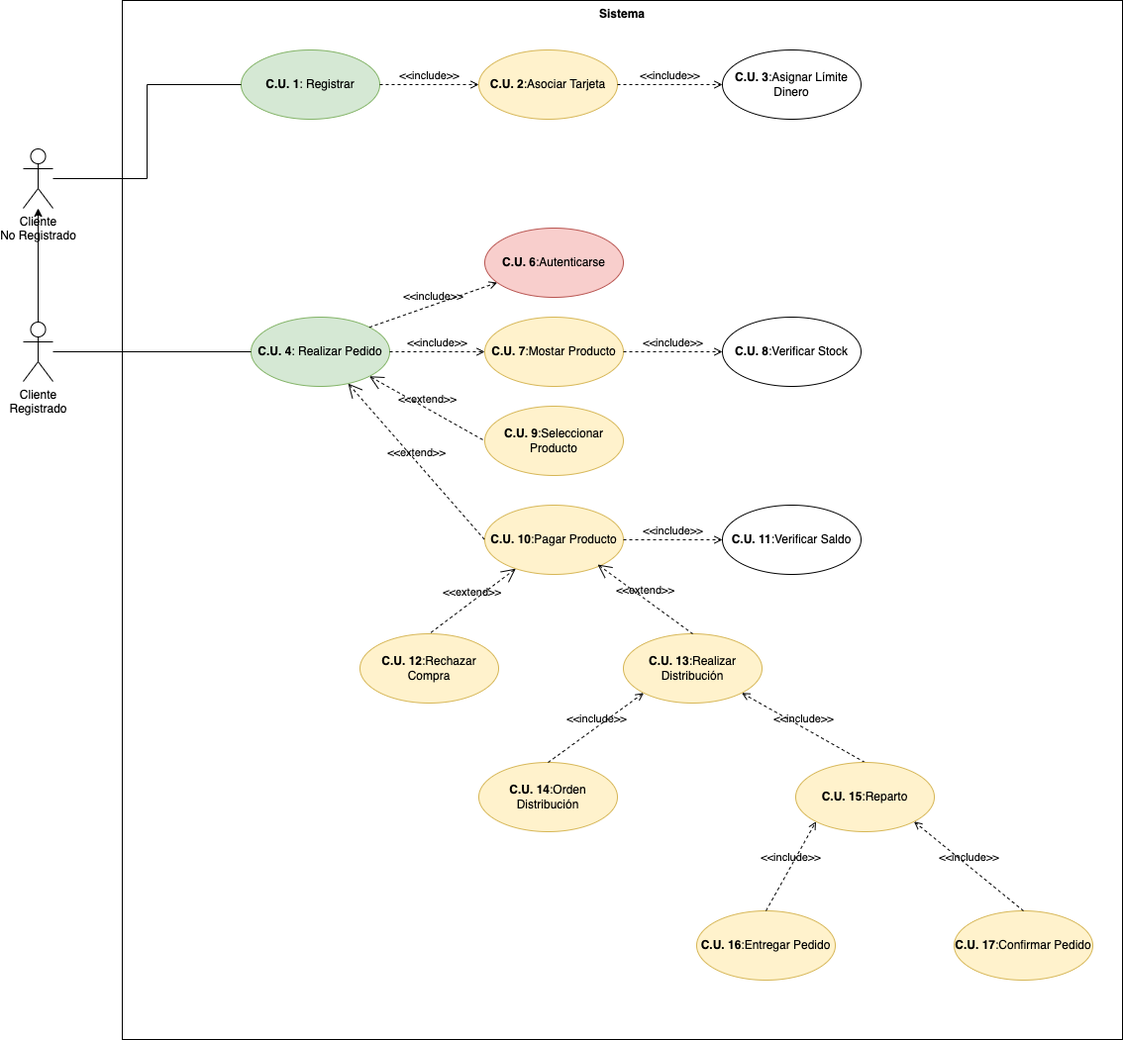
Before: diagramas-comportamiento/diagramas-cu/tareas/tarea6/img/tienda-online.drawio.png, a diagram exported from draw.io (jpexposito/ets). Source tidied: cells renumbered, new cells last; positions are measured from the earlier drawing's top-left corner, leaving out a move shared by most shapes.
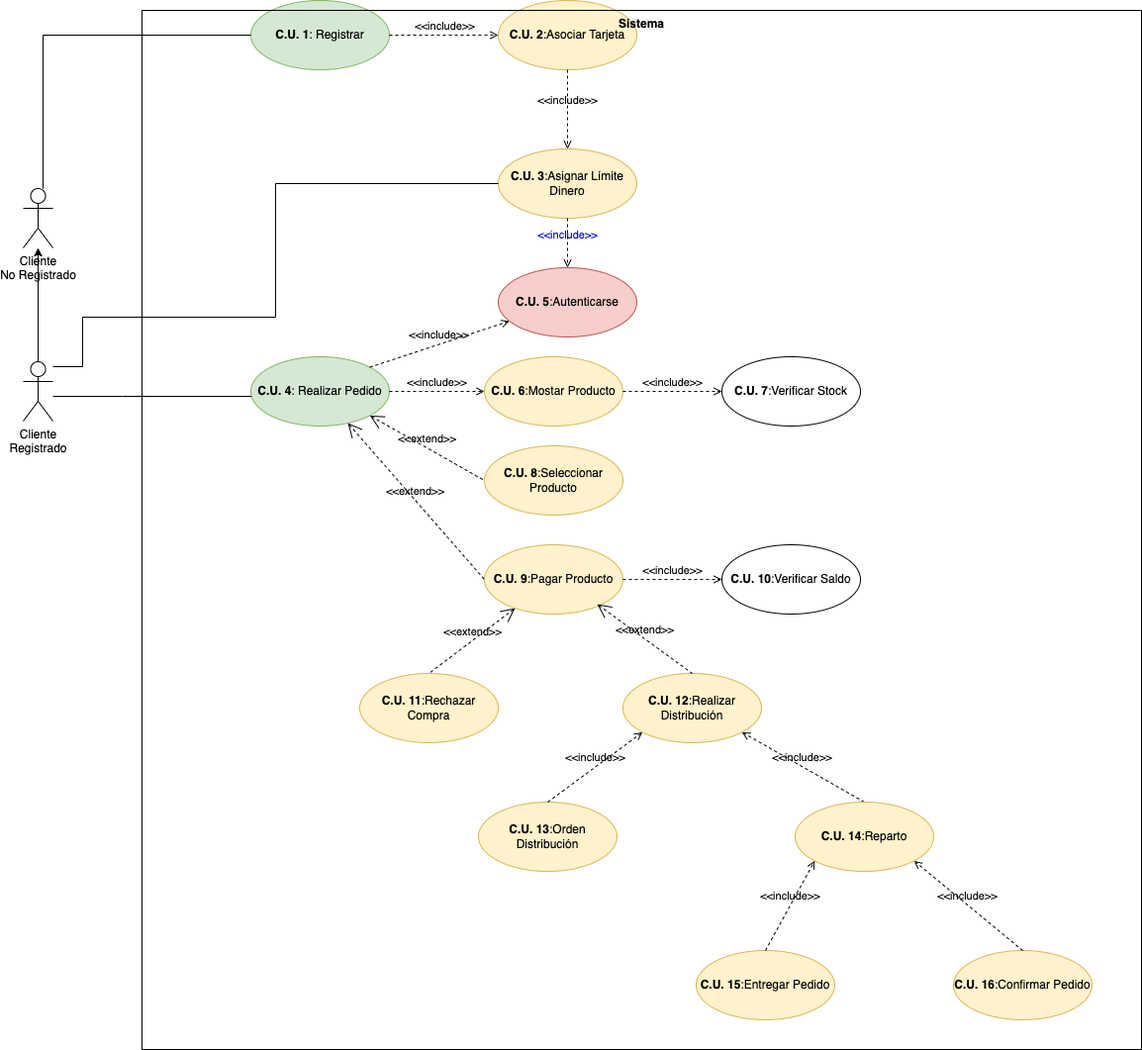
Above is the later version.

Diff of the diagram source:
```diff
@@ -3,22 +3,26 @@
     <mxCell id="0" />
     <mxCell id="1" parent="0" />
     <mxCell id="2" value="&lt;b&gt;C.U. 1&lt;/b&gt;: Registrar" style="ellipse;whiteSpace=wrap;html=1;fillColor=#d5e8d4;strokeColor=#82b366;" parent="1" vertex="1">
-      <mxGeometry x="220" y="50" width="140" height="70" as="geometry" />
+      <mxGeometry x="230" y="-40" width="140" height="70" as="geometry" />
     </mxCell>
     <mxCell id="3" value="&lt;b style=&quot;border-color: var(--border-color);&quot;&gt;C.U. 2&lt;/b&gt;:Asociar Tarjeta" style="ellipse;whiteSpace=wrap;html=1;fillColor=#fff2cc;strokeColor=#d6b656;" parent="1" vertex="1">
-      <mxGeometry x="460" y="50" width="140" height="70" as="geometry" />
+      <mxGeometry x="480" y="-40" width="140" height="70" as="geometry" />
     </mxCell>
-    <mxCell id="4" value="&lt;b style=&quot;border-color: var(--border-color);&quot;&gt;C.U. 3&lt;/b&gt;:Asignar Límite Dinero" style="ellipse;whiteSpace=wrap;html=1;" parent="1" vertex="1">
-      <mxGeometry x="706" y="50" width="140" height="70" as="geometry" />
+    <mxCell id="4" value="&lt;b style=&quot;border-color: var(--border-color);&quot;&gt;C.U. 3&lt;/b&gt;:Asignar Límite Dinero" style="ellipse;whiteSpace=wrap;html=1;fillColor=#fff2cc;strokeColor=#d6b656;" parent="1" vertex="1">
+      <mxGeometry x="480" y="110" width="140" height="70" as="geometry" />
     </mxCell>
     <mxCell id="5" value="&amp;lt;&amp;lt;include&amp;gt;&amp;gt;" style="edgeStyle=none;html=1;endArrow=open;verticalAlign=bottom;dashed=1;labelBackgroundColor=none;rounded=0;exitX=1;exitY=0.5;exitDx=0;exitDy=0;" parent="1" edge="1" source="2" target="3">
       <mxGeometry relative="1" as="geometry" />
     </mxCell>
-    <mxCell id="6" value="&amp;lt;&amp;lt;include&amp;gt;&amp;gt;" style="edgeStyle=none;html=1;endArrow=open;verticalAlign=bottom;dashed=1;labelBackgroundColor=none;rounded=0;exitX=1;exitY=0.5;exitDx=0;exitDy=0;entryX=0;entryY=0.5;entryDx=0;entryDy=0;" parent="1" edge="1" source="3" target="4">
+    <mxCell id="6" value="&amp;lt;&amp;lt;include&amp;gt;&amp;gt;" style="edgeStyle=none;html=1;endArrow=open;verticalAlign=bottom;dashed=1;labelBackgroundColor=none;rounded=0;entryX=0.5;entryY=0;entryDx=0;entryDy=0;exitX=0.5;exitY=1;exitDx=0;exitDy=0;" parent="1" edge="1" source="3" target="4">
       <mxGeometry relative="1" as="geometry" />
     </mxCell>
     <mxCell id="7" style="edgeStyle=orthogonalEdgeStyle;rounded=0;jettySize=auto;html=1;entryX=0;entryY=0.5;entryDx=0;entryDy=0;endArrow=none;endFill=0;" parent="1" edge="1" source="8" target="2">
-      <mxGeometry relative="1" as="geometry" />
+      <mxGeometry relative="1" as="geometry">
+        <Array as="points">
+          <mxPoint x="20" y="-5" />
+        </Array>
+      </mxGeometry>
     </mxCell>
     <mxCell id="8" value="Cliente&lt;br&gt;No Registrado" style="shape=umlActor;html=1;verticalLabelPosition=bottom;verticalAlign=top;align=center;" parent="1" vertex="1">
       <mxGeometry y="150" width="30" height="60" as="geometry" />
@@ -26,11 +30,11 @@
     <mxCell id="9" value="&lt;b style=&quot;border-color: var(--border-color);&quot;&gt;C.U. 4&lt;/b&gt;: Realizar Pedido" style="ellipse;whiteSpace=wrap;html=1;fillColor=#d5e8d4;strokeColor=#82b366;" parent="1" vertex="1">
       <mxGeometry x="230" y="320" width="140" height="70" as="geometry" />
     </mxCell>
-    <mxCell id="10" value="&lt;b style=&quot;border-color: var(--border-color);&quot;&gt;C.U. 7&lt;/b&gt;:Mostar Producto" style="ellipse;whiteSpace=wrap;html=1;fillColor=#fff2cc;strokeColor=#d6b656;" parent="1" vertex="1">
+    <mxCell id="10" value="&lt;b style=&quot;border-color: var(--border-color);&quot;&gt;C.U. 6&lt;/b&gt;:Mostar Producto" style="ellipse;whiteSpace=wrap;html=1;fillColor=#fff2cc;strokeColor=#d6b656;" parent="1" vertex="1">
       <mxGeometry x="466" y="320" width="140" height="70" as="geometry" />
     </mxCell>
-    <mxCell id="11" value="&lt;b style=&quot;border-color: var(--border-color);&quot;&gt;C.U. 6&lt;/b&gt;:Autenticarse" style="ellipse;whiteSpace=wrap;html=1;fillColor=#f8cecc;strokeColor=#b85450;" parent="1" vertex="1">
-      <mxGeometry x="466" y="230" width="140" height="70" as="geometry" />
+    <mxCell id="11" value="&lt;b style=&quot;border-color: var(--border-color);&quot;&gt;C.U. 5&lt;/b&gt;:Autenticarse" style="ellipse;whiteSpace=wrap;html=1;fillColor=#f8cecc;strokeColor=#b85450;" parent="1" vertex="1">
+      <mxGeometry x="480" y="230" width="140" height="70" as="geometry" />
     </mxCell>
     <mxCell id="12" value="&amp;lt;&amp;lt;include&amp;gt;&amp;gt;" style="edgeStyle=none;html=1;endArrow=open;verticalAlign=bottom;dashed=1;labelBackgroundColor=none;rounded=0;exitX=1;exitY=0;exitDx=0;exitDy=0;" parent="1" edge="1" source="9" target="11">
       <mxGeometry relative="1" as="geometry" />
@@ -38,24 +42,39 @@
     <mxCell id="13" value="&amp;lt;&amp;lt;include&amp;gt;&amp;gt;" style="edgeStyle=none;html=1;endArrow=open;verticalAlign=bottom;dashed=1;labelBackgroundColor=none;rounded=0;entryX=0;entryY=0.5;entryDx=0;entryDy=0;exitX=1;exitY=0.5;exitDx=0;exitDy=0;" parent="1" edge="1" source="9" target="10">
       <mxGeometry relative="1" as="geometry" />
     </mxCell>
-    <mxCell id="14" value="&lt;b style=&quot;border-color: var(--border-color);&quot;&gt;C.U. 9&lt;/b&gt;:Seleccionar Producto" style="ellipse;whiteSpace=wrap;html=1;fillColor=#fff2cc;strokeColor=#d6b656;" parent="1" vertex="1">
+    <mxCell id="14" value="&lt;b style=&quot;border-color: var(--border-color);&quot;&gt;C.U. 8&lt;/b&gt;:Seleccionar Producto" style="ellipse;whiteSpace=wrap;html=1;fillColor=#fff2cc;strokeColor=#d6b656;" parent="1" vertex="1">
       <mxGeometry x="466" y="410" width="140" height="70" as="geometry" />
     </mxCell>
-    <mxCell id="15" value="&lt;b style=&quot;border-color: var(--border-color);&quot;&gt;C.U. 10&lt;/b&gt;:Pagar Producto" style="ellipse;whiteSpace=wrap;html=1;fillColor=#fff2cc;strokeColor=#d6b656;" parent="1" vertex="1">
+    <mxCell id="15" value="&lt;b style=&quot;border-color: var(--border-color);&quot;&gt;C.U. 9&lt;/b&gt;:Pagar Producto" style="ellipse;whiteSpace=wrap;html=1;fillColor=#fff2cc;strokeColor=#d6b656;" parent="1" vertex="1">
       <mxGeometry x="466" y="510" width="140" height="70" as="geometry" />
     </mxCell>
-    <mxCell id="16" value="&lt;b style=&quot;border-color: var(--border-color);&quot;&gt;C.U. 8&lt;/b&gt;:Verificar Stock" style="ellipse;whiteSpace=wrap;html=1;" parent="1" vertex="1">
+    <mxCell id="16" value="&lt;b style=&quot;border-color: var(--border-color);&quot;&gt;C.U. 7&lt;/b&gt;:Verificar Stock" style="ellipse;whiteSpace=wrap;html=1;" parent="1" vertex="1">
       <mxGeometry x="706" y="320" width="140" height="70" as="geometry" />
     </mxCell>
     <mxCell id="17" value="&amp;lt;&amp;lt;include&amp;gt;&amp;gt;" style="edgeStyle=none;html=1;endArrow=open;verticalAlign=bottom;dashed=1;labelBackgroundColor=none;rounded=0;exitX=1;exitY=0.5;exitDx=0;exitDy=0;entryX=0;entryY=0.5;entryDx=0;entryDy=0;" parent="1" edge="1" source="10" target="16">
       <mxGeometry relative="1" as="geometry" />
     </mxCell>
     <mxCell id="18" style="edgeStyle=orthogonalEdgeStyle;rounded=0;jettySize=auto;html=1;endArrow=none;endFill=0;" parent="1" edge="1" source="20" target="9">
-      <mxGeometry relative="1" as="geometry" />
+      <mxGeometry relative="1" as="geometry">
+        <Array as="points">
+          <mxPoint x="100" y="360" />
+          <mxPoint x="100" y="360" />
+        </Array>
+      </mxGeometry>
     </mxCell>
     <mxCell id="19" style="edgeStyle=orthogonalEdgeStyle;rounded=0;jettySize=auto;html=1;strokeColor=#000000;fontColor=#0000CC;endArrow=classic;endFill=1;" parent="1" edge="1" source="20" target="8">
       <mxGeometry relative="1" as="geometry" />
     </mxCell>
+    <mxCell id="38" style="edgeStyle=orthogonalEdgeStyle;rounded=0;jettySize=auto;html=1;entryX=0;entryY=0.5;entryDx=0;entryDy=0;strokeColor=#000000;fontColor=#0000CC;endArrow=none;endFill=0;" parent="1" edge="1" source="20" target="4">
+      <mxGeometry relative="1" as="geometry">
+        <Array as="points">
+          <mxPoint x="60" y="330" />
+          <mxPoint x="60" y="280" />
+          <mxPoint x="255" y="280" />
+          <mxPoint x="255" y="145" />
+        </Array>
+      </mxGeometry>
+    </mxCell>
     <mxCell id="20" value="Cliente&lt;br&gt;Registrado" style="shape=umlActor;html=1;verticalLabelPosition=bottom;verticalAlign=top;align=center;" parent="1" vertex="1">
       <mxGeometry y="325" width="30" height="60" as="geometry" />
     </mxCell>
@@ -65,16 +84,16 @@
     <mxCell id="22" value="&amp;lt;&amp;lt;extend&amp;gt;&amp;gt;" style="edgeStyle=none;html=1;startArrow=open;endArrow=none;startSize=12;verticalAlign=bottom;dashed=1;labelBackgroundColor=none;rounded=0;entryX=0;entryY=0.5;entryDx=0;entryDy=0;" parent="1" edge="1" source="9" target="15">
       <mxGeometry relative="1" as="geometry" />
     </mxCell>
-    <mxCell id="23" value="&lt;b style=&quot;border-color: var(--border-color);&quot;&gt;C.U. 11&lt;/b&gt;:Verificar Saldo" style="ellipse;whiteSpace=wrap;html=1;" parent="1" vertex="1">
+    <mxCell id="23" value="&lt;b style=&quot;border-color: var(--border-color);&quot;&gt;C.U. 10&lt;/b&gt;:Verificar Saldo" style="ellipse;whiteSpace=wrap;html=1;" parent="1" vertex="1">
       <mxGeometry x="706" y="510" width="140" height="70" as="geometry" />
     </mxCell>
     <mxCell id="24" value="&amp;lt;&amp;lt;include&amp;gt;&amp;gt;" style="edgeStyle=none;html=1;endArrow=open;verticalAlign=bottom;dashed=1;labelBackgroundColor=none;rounded=0;entryX=0;entryY=0.5;entryDx=0;entryDy=0;exitX=1;exitY=0.5;exitDx=0;exitDy=0;" parent="1" edge="1" source="15" target="23">
       <mxGeometry relative="1" as="geometry" />
     </mxCell>
-    <mxCell id="25" value="&lt;b style=&quot;border-color: var(--border-color);&quot;&gt;C.U. 12&lt;/b&gt;:Rechazar Compra" style="ellipse;whiteSpace=wrap;html=1;fillColor=#fff2cc;strokeColor=#d6b656;" parent="1" vertex="1">
+    <mxCell id="25" value="&lt;b style=&quot;border-color: var(--border-color);&quot;&gt;C.U. 11&lt;/b&gt;:Rechazar Compra" style="ellipse;whiteSpace=wrap;html=1;fillColor=#fff2cc;strokeColor=#d6b656;" parent="1" vertex="1">
       <mxGeometry x="340" y="640" width="140" height="70" as="geometry" />
     </mxCell>
-    <mxCell id="26" value="&lt;b style=&quot;border-color: var(--border-color);&quot;&gt;C.U. 13&lt;/b&gt;:Realizar Distribución" style="ellipse;whiteSpace=wrap;html=1;fillColor=#fff2cc;strokeColor=#d6b656;" parent="1" vertex="1">
+    <mxCell id="26" value="&lt;b style=&quot;border-color: var(--border-color);&quot;&gt;C.U. 12&lt;/b&gt;:Realizar Distribución" style="ellipse;whiteSpace=wrap;html=1;fillColor=#fff2cc;strokeColor=#d6b656;" parent="1" vertex="1">
       <mxGeometry x="606" y="640" width="140" height="70" as="geometry" />
     </mxCell>
     <mxCell id="27" value="&amp;lt;&amp;lt;extend&amp;gt;&amp;gt;" style="edgeStyle=none;html=1;startArrow=open;endArrow=none;startSize=12;verticalAlign=bottom;dashed=1;labelBackgroundColor=none;rounded=0;entryX=0.5;entryY=0;entryDx=0;entryDy=0;" parent="1" edge="1" source="15" target="25">
@@ -85,22 +104,22 @@
         <mxPoint x="580" y="570" as="sourcePoint" />
       </mxGeometry>
     </mxCell>
-    <mxCell id="29" value="&lt;b style=&quot;border-color: var(--border-color);&quot;&gt;C.U. 14&lt;/b&gt;:Orden Distribución" style="ellipse;whiteSpace=wrap;html=1;fillColor=#fff2cc;strokeColor=#d6b656;" parent="1" vertex="1">
+    <mxCell id="29" value="&lt;b style=&quot;border-color: var(--border-color);&quot;&gt;C.U. 13&lt;/b&gt;:Orden Distribución" style="ellipse;whiteSpace=wrap;html=1;fillColor=#fff2cc;strokeColor=#d6b656;" parent="1" vertex="1">
       <mxGeometry x="460" y="770" width="140" height="70" as="geometry" />
     </mxCell>
     <mxCell id="30" value="&amp;lt;&amp;lt;include&amp;gt;&amp;gt;" style="edgeStyle=none;html=1;endArrow=open;verticalAlign=bottom;dashed=1;labelBackgroundColor=none;rounded=0;exitX=0.5;exitY=0;exitDx=0;exitDy=0;entryX=1;entryY=1;entryDx=0;entryDy=0;" parent="1" edge="1" source="31" target="26">
       <mxGeometry relative="1" as="geometry" />
     </mxCell>
-    <mxCell id="31" value="&lt;b style=&quot;border-color: var(--border-color);&quot;&gt;C.U. 15&lt;/b&gt;:Reparto" style="ellipse;whiteSpace=wrap;html=1;fillColor=#fff2cc;strokeColor=#d6b656;" parent="1" vertex="1">
+    <mxCell id="31" value="&lt;b style=&quot;border-color: var(--border-color);&quot;&gt;C.U. 14&lt;/b&gt;:Reparto" style="ellipse;whiteSpace=wrap;html=1;fillColor=#fff2cc;strokeColor=#d6b656;" parent="1" vertex="1">
       <mxGeometry x="780" y="770" width="140" height="70" as="geometry" />
     </mxCell>
     <mxCell id="32" value="&amp;lt;&amp;lt;include&amp;gt;&amp;gt;" style="edgeStyle=none;html=1;endArrow=open;verticalAlign=bottom;dashed=1;labelBackgroundColor=none;rounded=0;exitX=0.5;exitY=0;exitDx=0;exitDy=0;entryX=0;entryY=1;entryDx=0;entryDy=0;" parent="1" edge="1" source="29" target="26">
       <mxGeometry relative="1" as="geometry" />
     </mxCell>
-    <mxCell id="33" value="&lt;b style=&quot;border-color: var(--border-color);&quot;&gt;C.U. 16&lt;/b&gt;:Entregar Pedido" style="ellipse;whiteSpace=wrap;html=1;fillColor=#fff2cc;strokeColor=#d6b656;" parent="1" vertex="1">
+    <mxCell id="33" value="&lt;b style=&quot;border-color: var(--border-color);&quot;&gt;C.U. 15&lt;/b&gt;:Entregar Pedido" style="ellipse;whiteSpace=wrap;html=1;fillColor=#fff2cc;strokeColor=#d6b656;" parent="1" vertex="1">
       <mxGeometry x="680" y="920" width="140" height="70" as="geometry" />
     </mxCell>
-    <mxCell id="34" value="&lt;b style=&quot;border-color: var(--border-color);&quot;&gt;C.U. 17&lt;/b&gt;:Confirmar Pedido" style="ellipse;whiteSpace=wrap;html=1;fillColor=#fff2cc;strokeColor=#d6b656;" parent="1" vertex="1">
+    <mxCell id="34" value="&lt;b style=&quot;border-color: var(--border-color);&quot;&gt;C.U. 16&lt;/b&gt;:Confirmar Pedido" style="ellipse;whiteSpace=wrap;html=1;fillColor=#fff2cc;strokeColor=#d6b656;" parent="1" vertex="1">
       <mxGeometry x="940" y="920" width="140" height="70" as="geometry" />
     </mxCell>
     <mxCell id="35" value="&amp;lt;&amp;lt;include&amp;gt;&amp;gt;" style="edgeStyle=none;html=1;endArrow=open;verticalAlign=bottom;dashed=1;labelBackgroundColor=none;rounded=0;exitX=0.5;exitY=0;exitDx=0;exitDy=0;entryX=0;entryY=1;entryDx=0;entryDy=0;" parent="1" edge="1" source="33" target="31">
@@ -110,7 +129,10 @@
       <mxGeometry relative="1" as="geometry" />
     </mxCell>
     <mxCell id="37" value="Sistema" style="shape=rect;html=1;verticalAlign=top;fontStyle=1;whiteSpace=wrap;align=center;fillColor=none;" parent="1" vertex="1">
-      <mxGeometry x="100" width="1010" height="1050" as="geometry" />
+      <mxGeometry x="120" y="-30" width="1010" height="1050" as="geometry" />
     </mxCell>
+    <mxCell id="39" value="&amp;lt;&amp;lt;include&amp;gt;&amp;gt;" style="edgeStyle=none;html=1;endArrow=open;verticalAlign=bottom;dashed=1;labelBackgroundColor=none;rounded=0;strokeColor=#000000;fontColor=#0000CC;entryX=0.5;entryY=0;entryDx=0;entryDy=0;exitX=0.5;exitY=1;exitDx=0;exitDy=0;" parent="1" edge="1" source="4" target="11">
+      <mxGeometry relative="1" as="geometry" />
+    </mxCell>
   </root>
 </mxGraphModel>
```
